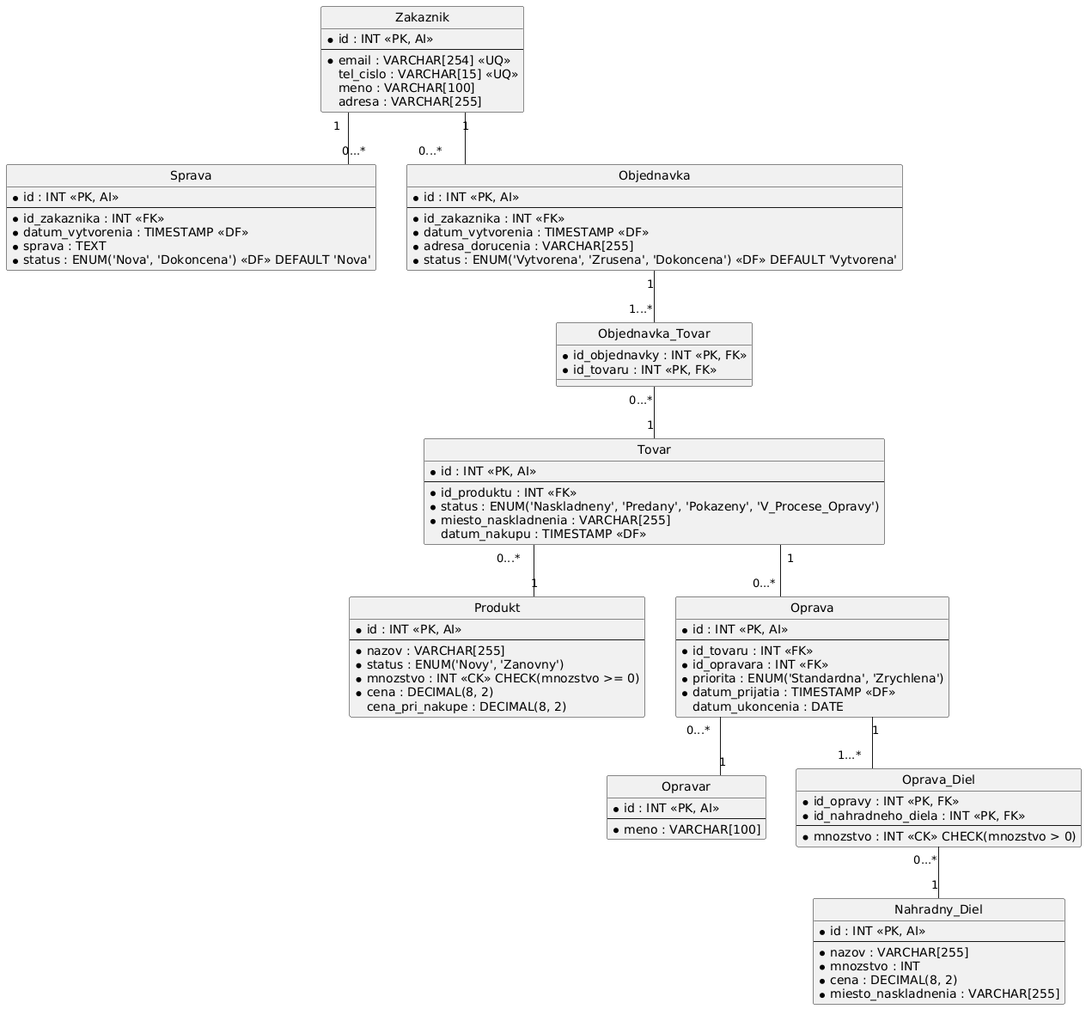
This is assets/fyzicky_datovy_model.png from MilanBukoci/DBS-assignment-template, a PlantUML export, as it was before one commit.
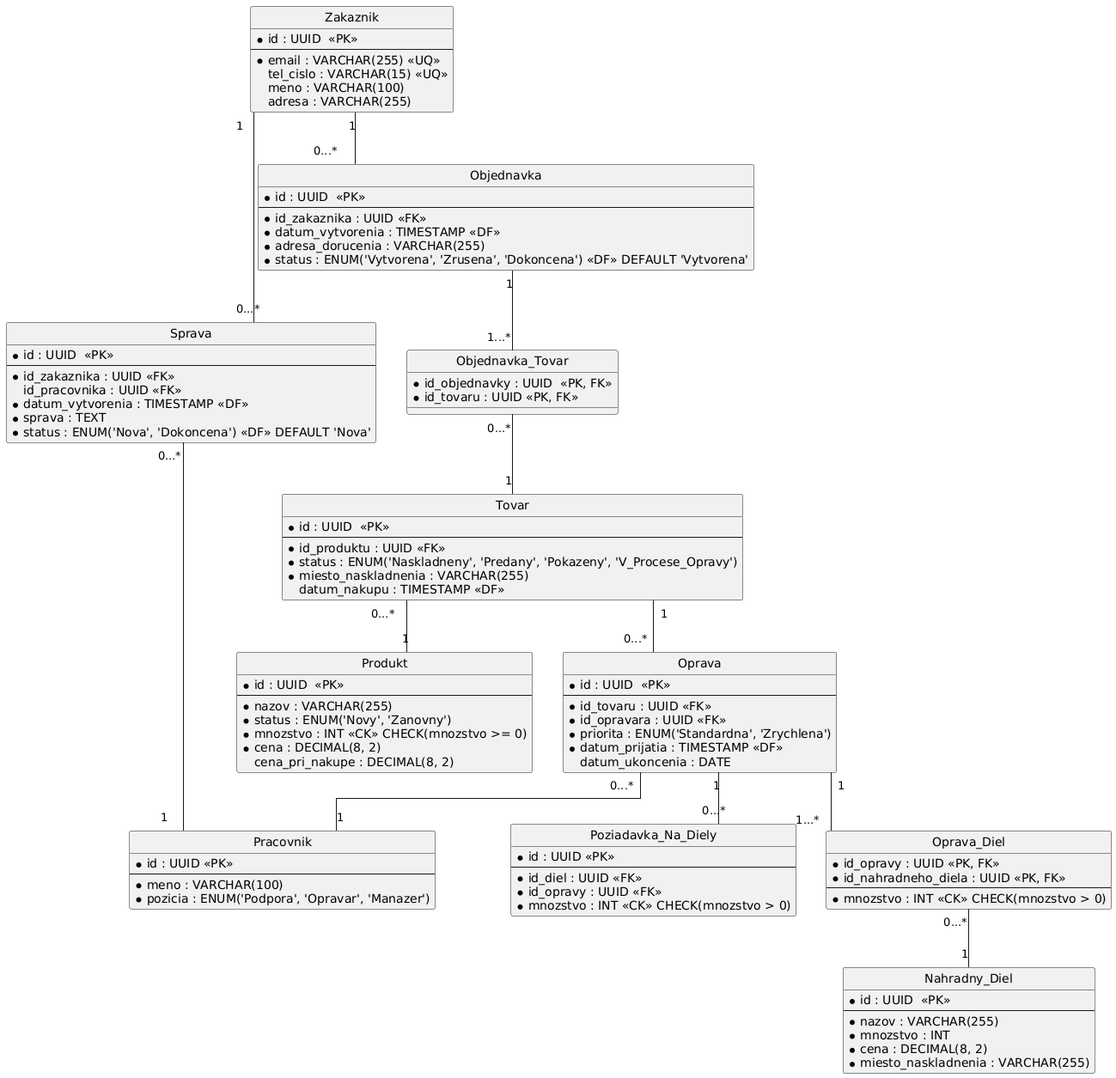
The same file after the commit.

Commit message:
Model modified. Use Cases were added.

The edit, as a diff of the source:
```diff
@@ -3,29 +3,37 @@
 skinparam linetype ortho
 
 entity "Zakaznik" {
-  * id : INT <<PK, AI>>
+  * id : UUID  <<PK>>
   --
-  * email : VARCHAR[254] <<UQ>>
-  tel_cislo : VARCHAR[15] <<UQ>>
-  meno : VARCHAR[100]
-  adresa : VARCHAR[255]
+  * email : VARCHAR(255) <<UQ>>
+  tel_cislo : VARCHAR(15) <<UQ>>
+  meno : VARCHAR(100)
+  adresa : VARCHAR(255)
+}
+
+entity "Pracovnik" {
+  * id : UUID <<PK>>
+  --
+  * meno : VARCHAR(100)
+  * pozicia : ENUM('Podpora', 'Opravar', 'Manazer')
 }
 
 entity "Sprava" {
-  * id : INT <<PK, AI>>
+  * id : UUID  <<PK>>
   --
-  * id_zakaznika : INT <<FK>>
+  * id_zakaznika : UUID <<FK>>
+  id_pracovnika : UUID <<FK>>
   * datum_vytvorenia : TIMESTAMP <<DF>>
   * sprava : TEXT
   * status : ENUM('Nova', 'Dokoncena') <<DF>> DEFAULT 'Nova'
 }
 
 entity "Objednavka" {
-  * id : INT <<PK, AI>>
+  * id : UUID  <<PK>>
   --
-  * id_zakaznika : INT <<FK>>
+  * id_zakaznika : UUID <<FK>>
   * datum_vytvorenia : TIMESTAMP <<DF>>
-  * adresa_dorucenia : VARCHAR[255]
+  * adresa_dorucenia : VARCHAR(255)
   * status : ENUM('Vytvorena', 'Zrusena', 'Dokoncena') <<DF>> DEFAULT 'Vytvorena'
 }
 
@@ -33,9 +41,9 @@
 
 
 entity "Produkt" {
-  * id : INT <<PK, AI>>
+  * id : UUID  <<PK>>
   --
-  * nazov : VARCHAR[255]
+  * nazov : VARCHAR(255)
   * status : ENUM('Novy', 'Zanovny')
   * mnozstvo : INT <<CK>> CHECK(mnozstvo >= 0)
   * cena : DECIMAL(8, 2)
@@ -43,11 +51,11 @@
 }
 
 entity "Tovar" {
-  * id : INT <<PK, AI>>
+  * id : UUID  <<PK>>
   --
-  * id_produktu : INT <<FK>>
+  * id_produktu : UUID <<FK>>
   * status : ENUM('Naskladneny', 'Predany', 'Pokazeny', 'V_Procese_Opravy')
-  * miesto_naskladnenia : VARCHAR[255]
+  * miesto_naskladnenia : VARCHAR(255)
   datum_nakupu : TIMESTAMP <<DF>>
 }
 
@@ -55,41 +63,43 @@
 
 
 entity "Oprava" {
-  * id : INT <<PK, AI>>
+  * id : UUID  <<PK>>
   --
-  * id_tovaru : INT <<FK>>
-  * id_opravara : INT <<FK>>
+  * id_tovaru : UUID <<FK>>
+  * id_opravara : UUID <<FK>>
   * priorita : ENUM('Standardna', 'Zrychlena')
   * datum_prijatia : TIMESTAMP <<DF>>
   datum_ukoncenia : DATE
 }
 
 entity "Nahradny_Diel" {
-  * id : INT <<PK, AI>>
+  * id : UUID  <<PK>>
   --
-  * nazov : VARCHAR[255]
+  * nazov : VARCHAR(255)
   * mnozstvo : INT
   * cena : DECIMAL(8, 2)
-  * miesto_naskladnenia : VARCHAR[255]
+  * miesto_naskladnenia : VARCHAR(255)
 }
 
-entity "Opravar" {
-  * id : INT <<PK, AI>>
+entity "Poziadavka_Na_Diely" {
+  * id : UUID <<PK>>
   --
-  * meno : VARCHAR[100]
+  * id_diel : UUID <<FK>>
+  * id_opravy : UUID <<FK>>
+  * mnozstvo : INT <<CK>> CHECK(mnozstvo > 0)
 }
 
 
 
 
 entity "Objednavka_Tovar" {
-  * id_objednavky : INT <<PK, FK>>
-  * id_tovaru : INT <<PK, FK>>
+  * id_objednavky : UUID  <<PK, FK>>
+  * id_tovaru : UUID <<PK, FK>>
 }
 
 entity "Oprava_Diel" {
-  * id_opravy : INT <<PK, FK>>
-  * id_nahradneho_diela : INT <<PK, FK>>
+  * id_opravy : UUID <<PK, FK>>
+  * id_nahradneho_diela : UUID <<PK, FK>>
   --
   * mnozstvo : INT <<CK>> CHECK(mnozstvo > 0)
 }
@@ -98,16 +108,19 @@
 
 
 
+
 "Zakaznik" "1" -- "0...*" "Objednavka"
 "Zakaznik" "1" -- "0...*" "Sprava"
+"Sprava" "0...*" -- "1" "Pracovnik"
 
 "Objednavka" "1" -- "1...*" "Objednavka_Tovar"
 "Objednavka_Tovar" "0...*" -- "1" "Tovar"
 
 "Tovar" "0...*" -- "1" "Produkt"
 "Tovar" "1" -- "0...*" "Oprava"
-"Oprava" "0...*" -- "1" "Opravar"
+"Oprava" "0...*" -- "1" "Pracovnik"
 
 "Oprava" "1" -- "1...*" "Oprava_Diel"
+"Oprava" "1" -- "0...*" "Poziadavka_Na_Diely"
 "Oprava_Diel" "0...*" -- "1" "Nahradny_Diel"
 @enduml
```
